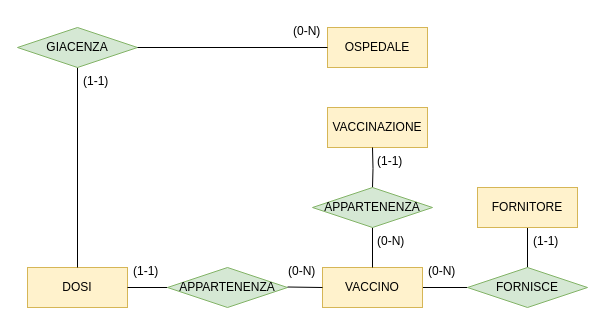
Before: report/Diagrammi E-R/3.drawio in luigi-borriello00/Vaccinations-Tracker, a draw.io diagram. Source tidied: cells renumbered, new cells numbered last; positions are measured from the earlier drawing's top-left corner, leaving out a move shared by most shapes. Both pictures are drawn from the tidied source at 100%, with x=0, y=0 at pixel (17, 17).
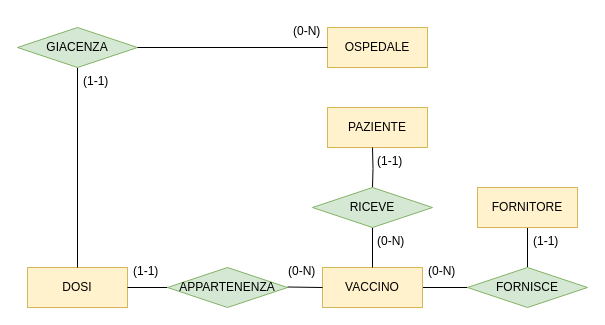
Above is the later version.

What changed in the source:
```diff
@@
-    <mxCell id="3" value="VACCINAZIONE" style="whiteSpace=wrap;html=1;align=center;fillColor=#fff2cc;strokeColor=#d6b656;" parent="1" vertex="1">
+    <mxCell id="3" value="PAZIENTE" style="whiteSpace=wrap;html=1;align=center;fillColor=#fff2cc;strokeColor=#d6b656;" parent="1" vertex="1">
       <mxGeometry x="310" y="90" width="100" height="40" as="geometry" />
     </mxCell>
@@
-    <mxCell id="11" value="APPARTENENZA" style="shape=rhombus;perimeter=rhombusPerimeter;whiteSpace=wrap;html=1;align=center;fillColor=#d5e8d4;strokeColor=#82b366;" parent="1" vertex="1">
+    <mxCell id="11" value="RICEVE" style="shape=rhombus;perimeter=rhombusPerimeter;whiteSpace=wrap;html=1;align=center;fillColor=#d5e8d4;strokeColor=#82b366;" parent="1" vertex="1">
       <mxGeometry x="295" y="170" width="120" height="40" as="geometry" />
     </mxCell>
```
